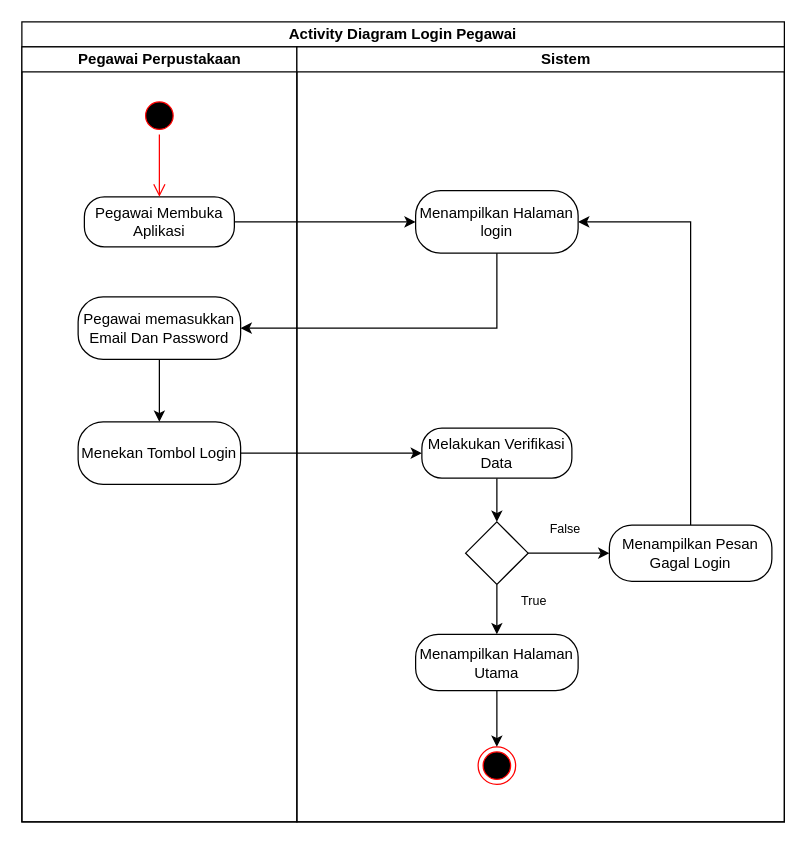
This is page "Activity Login Pegawai" (2 of 9) of Use case.drawio from DikiDrim/FileSkripsi, a draw.io file, before an edit. Source tidied: cells renumbered, new cells numbered last; positions are measured from the earlier drawing's top-left corner, leaving out a move shared by most shapes. Both pictures are drawn from the tidied source at 125%, with x=0, y=0 at pixel (21, 21).
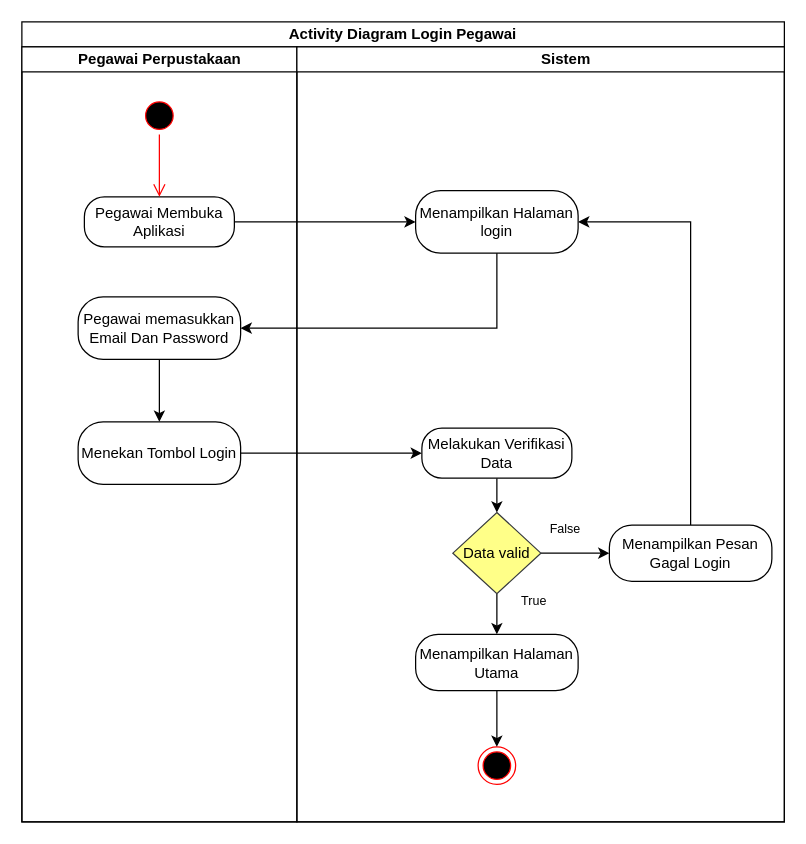
The same page after the edit.

Unchanged cells that the change refers to:
```xml
<mxCell id="10" value="&lt;blockquote style=&quot;margin: 0 0 0 40px; border: none; padding: 0px;&quot;&gt;Sistem&lt;/blockquote&gt;" style="swimlane;html=1;startSize=20;swimlaneLine=1;" parent="2" vertex="1">
  <mxGeometry x="220" y="20" width="390" height="620" as="geometry" />
</mxCell>
```

What changed in the source:
```diff
@@
-    <mxCell id="19" style="rhombus;whiteSpace=wrap;html=1;" parent="10" vertex="1">
-      <mxGeometry x="135" y="380" width="50" height="50" as="geometry" />
+    <mxCell id="19" value="Data valid" style="rhombus;whiteSpace=wrap;html=1;fillColor=#ffff88;strokeColor=#36393d;" parent="10" vertex="1">
+      <mxGeometry x="124.8" y="372.5" width="70.4" height="65" as="geometry" />
     </mxCell>
```
